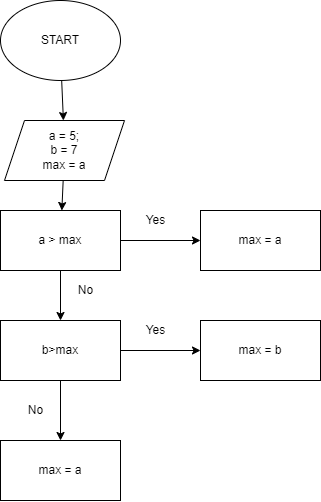
The draw.io diagram Task1/task1.drawio.png in Justjane2/Homework1, before a commit. Source tidied: cells renumbered, new cells last; positions are measured from the earlier drawing's top-left corner, leaving out a move shared by most shapes.
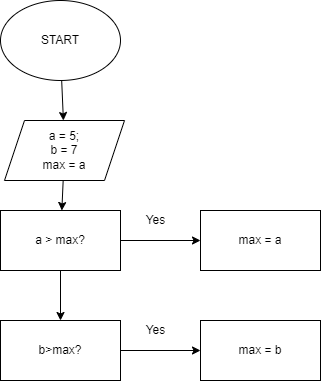
The same file after the commit.

Commit message:
Completed Task2

What changed in the source:
```diff
@@ -20,7 +20,7 @@
     <mxCell id="7" style="edgeStyle=none;html=1;" parent="1" edge="1" source="8" target="13">
       <mxGeometry relative="1" as="geometry" />
     </mxCell>
-    <mxCell id="8" value="a &amp;gt; max" style="rounded=0;whiteSpace=wrap;html=1;" parent="1" vertex="1">
+    <mxCell id="8" value="a &amp;gt; max?" style="rounded=0;whiteSpace=wrap;html=1;" parent="1" vertex="1">
       <mxGeometry y="210" width="120" height="60" as="geometry" />
     </mxCell>
     <mxCell id="9" value="max = a" style="whiteSpace=wrap;html=1;rounded=0;" parent="1" vertex="1">
@@ -32,26 +32,14 @@
     <mxCell id="11" style="edgeStyle=none;html=1;" parent="1" edge="1" source="13" target="15">
       <mxGeometry relative="1" as="geometry" />
     </mxCell>
-    <mxCell id="12" style="edgeStyle=none;html=1;" parent="1" edge="1" source="13" target="17">
-      <mxGeometry relative="1" as="geometry" />
-    </mxCell>
-    <mxCell id="13" value="b&amp;gt;max" style="whiteSpace=wrap;html=1;rounded=0;" parent="1" vertex="1">
+    <mxCell id="13" value="b&amp;gt;max?" style="whiteSpace=wrap;html=1;rounded=0;" parent="1" vertex="1">
       <mxGeometry y="320" width="120" height="60" as="geometry" />
     </mxCell>
-    <mxCell id="14" value="No" style="text;html=1;align=center;verticalAlign=middle;strokeColor=none;fillColor=none;" parent="1" vertex="1">
-      <mxGeometry x="70" y="280" width="30" height="20" as="geometry" />
-    </mxCell>
     <mxCell id="15" value="max = b" style="whiteSpace=wrap;html=1;rounded=0;" parent="1" vertex="1">
       <mxGeometry x="200" y="320" width="120" height="60" as="geometry" />
     </mxCell>
     <mxCell id="16" value="Yes" style="text;html=1;align=center;verticalAlign=middle;strokeColor=none;fillColor=none;" parent="1" vertex="1">
       <mxGeometry x="140" y="320" width="30" height="20" as="geometry" />
     </mxCell>
-    <mxCell id="17" value="max = a" style="whiteSpace=wrap;html=1;rounded=0;" parent="1" vertex="1">
-      <mxGeometry y="440" width="120" height="60" as="geometry" />
-    </mxCell>
-    <mxCell id="18" value="No" style="text;html=1;align=center;verticalAlign=middle;strokeColor=none;fillColor=none;" parent="1" vertex="1">
-      <mxGeometry x="20" y="400" width="30" height="20" as="geometry" />
-    </mxCell>
   </root>
 </mxGraphModel>
```
